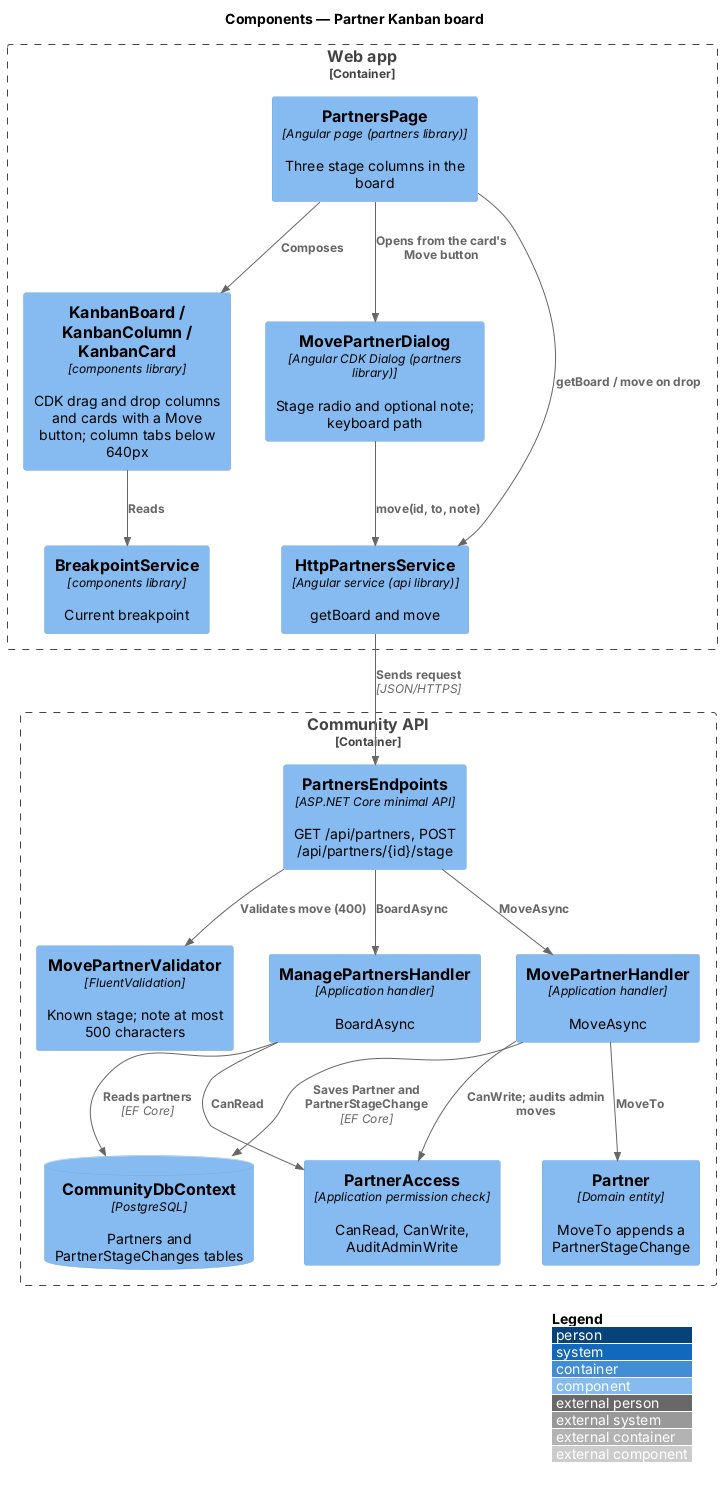
QuinntyneBrown/faithtech-community keeps this PlantUML diagram as docs/detailed-designs/partners/partner-kanban-board/diagrams/c4-component.png. Above is the earlier version. Its diagram source:
```plantuml
@startuml
!include <C4/C4_Component>
LAYOUT_WITH_LEGEND()
title Components — Partner Kanban board
Container_Boundary(web, "Web app") {
  Component(page, "PartnersPage", "Angular page (partners library)", "Three stage columns in the board")
  Component(kb, "KanbanBoard / KanbanColumn / KanbanCard", "components library", "CDK drag and drop columns and cards with a Move button; column tabs below 640px")
  Component(bp, "BreakpointService", "components library", "Current breakpoint")
  Component(dlg, "MovePartnerDialog", "Angular CDK Dialog (partners library)", "Stage radio and optional note; keyboard path")
  Component(svc, "HttpPartnersService", "Angular service (api library)", "getBoard and move")
}
Container_Boundary(api, "Community API") {
  Component(ep, "PartnersEndpoints", "ASP.NET Core minimal API", "GET /api/partners, POST /api/partners/{id}/stage")
  Component(val, "MovePartnerValidator", "FluentValidation", "Known stage; note at most 500 characters")
  Component(bh, "ManagePartnersHandler", "Application handler", "BoardAsync")
  Component(mh, "MovePartnerHandler", "Application handler", "MoveAsync")
  Component(acc, "PartnerAccess", "Application permission check", "CanRead, CanWrite, AuditAdminWrite")
  Component(ent, "Partner", "Domain entity", "MoveTo appends a PartnerStageChange")
  ComponentDb(db, "CommunityDbContext", "PostgreSQL", "Partners and PartnerStageChanges tables")
}
Rel(page, kb, "Composes")
Rel(kb, bp, "Reads")
Rel(page, dlg, "Opens from the card's Move button")
Rel(dlg, svc, "move(id, to, note)")
Rel(page, svc, "getBoard / move on drop")
Rel(svc, ep, "Sends request", "JSON/HTTPS")
Rel(ep, val, "Validates move (400)")
Rel(ep, bh, "BoardAsync")
Rel(ep, mh, "MoveAsync")
Rel(bh, acc, "CanRead")
Rel(mh, acc, "CanWrite; audits admin moves")
Rel(mh, ent, "MoveTo")
Rel(bh, db, "Reads partners", "EF Core")
Rel(mh, db, "Saves Partner and PartnerStageChange", "EF Core")
@enduml
```
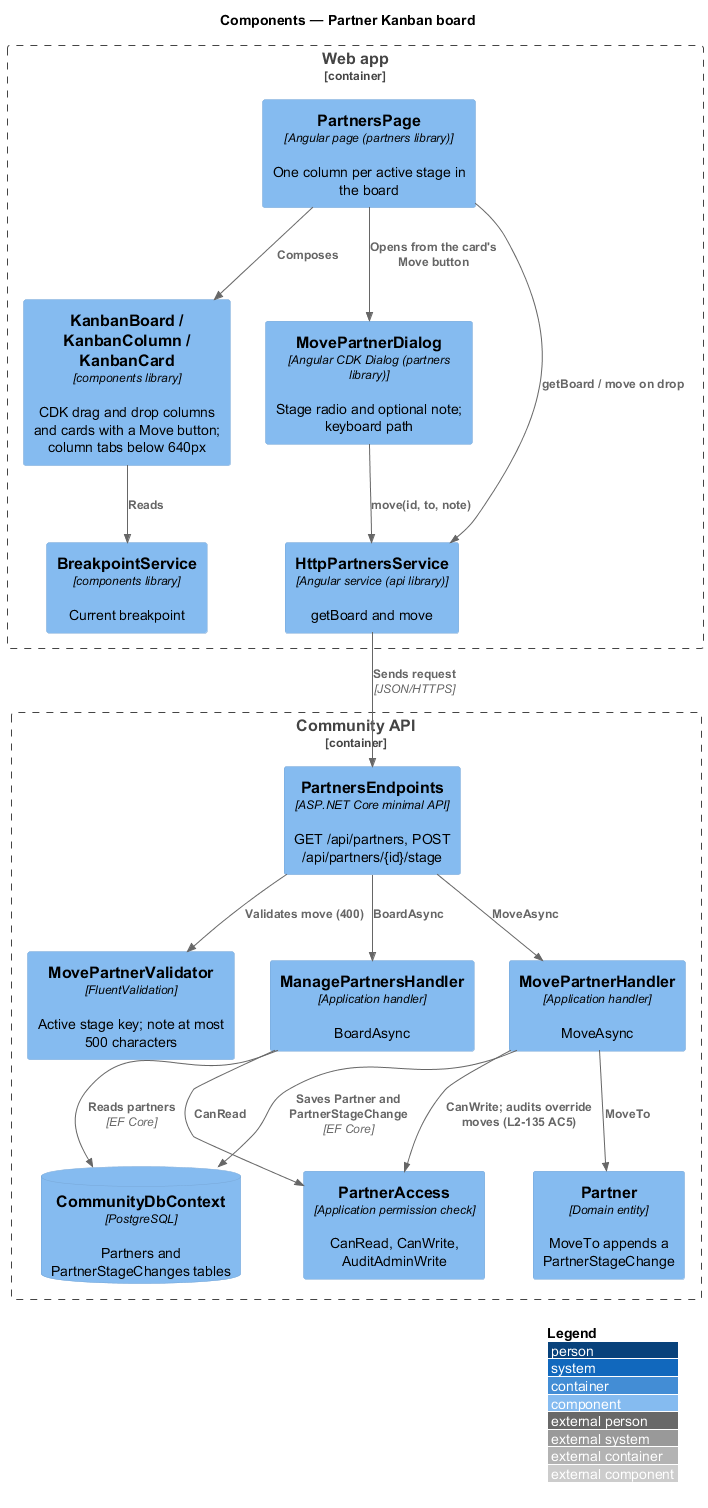
The same file after the commit.

Diff of the diagram source:
```diff
@@ -3,7 +3,7 @@
 LAYOUT_WITH_LEGEND()
 title Components — Partner Kanban board
 Container_Boundary(web, "Web app") {
-  Component(page, "PartnersPage", "Angular page (partners library)", "Three stage columns in the board")
+  Component(page, "PartnersPage", "Angular page (partners library)", "One column per active stage in the board")
   Component(kb, "KanbanBoard / KanbanColumn / KanbanCard", "components library", "CDK drag and drop columns and cards with a Move button; column tabs below 640px")
   Component(bp, "BreakpointService", "components library", "Current breakpoint")
   Component(dlg, "MovePartnerDialog", "Angular CDK Dialog (partners library)", "Stage radio and optional note; keyboard path")
@@ -11,7 +11,7 @@
 }
 Container_Boundary(api, "Community API") {
   Component(ep, "PartnersEndpoints", "ASP.NET Core minimal API", "GET /api/partners, POST /api/partners/{id}/stage")
-  Component(val, "MovePartnerValidator", "FluentValidation", "Known stage; note at most 500 characters")
+  Component(val, "MovePartnerValidator", "FluentValidation", "Active stage key; note at most 500 characters")
   Component(bh, "ManagePartnersHandler", "Application handler", "BoardAsync")
   Component(mh, "MovePartnerHandler", "Application handler", "MoveAsync")
   Component(acc, "PartnerAccess", "Application permission check", "CanRead, CanWrite, AuditAdminWrite")
@@ -28,7 +28,7 @@
 Rel(ep, bh, "BoardAsync")
 Rel(ep, mh, "MoveAsync")
 Rel(bh, acc, "CanRead")
-Rel(mh, acc, "CanWrite; audits admin moves")
+Rel(mh, acc, "CanWrite; audits override moves (L2-135 AC5)")
 Rel(mh, ent, "MoveTo")
 Rel(bh, db, "Reads partners", "EF Core")
 Rel(mh, db, "Saves Partner and PartnerStageChange", "EF Core")
```
